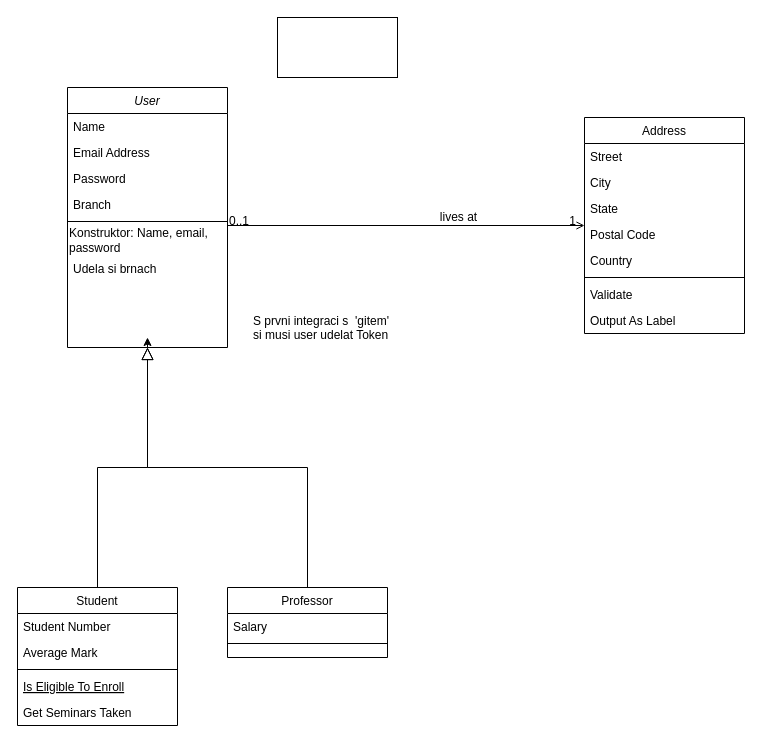
herianp/skolni-projekt keeps this draw.io diagram as Untitled Diagram.drawio. Above is the earlier version. Source tidied: cells renumbered, new cells numbered last; positions are measured from the earlier drawing's top-left corner, leaving out a move shared by most shapes. Both pictures are drawn from the tidied source at 100%, with x=0, y=0 at pixel (17, 17).
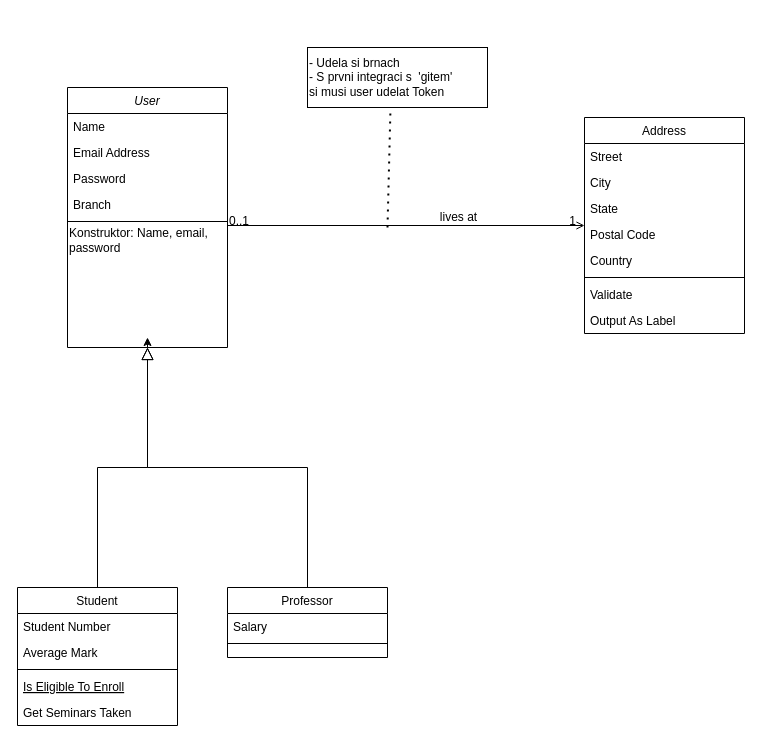
Above is the later version.

Unchanged cells that the change refers to:
```xml
<mxCell id="3" value="User" style="swimlane;fontStyle=2;align=center;verticalAlign=top;horizontal=1;startSize=26;rounded=0;shadow=0;strokeWidth=1;" parent="1" vertex="1">
  <mxGeometry x="50" y="70" width="160" height="260" as="geometry" />
</mxCell>
```

The edit, as a diff of the source:
```diff
@@
-    <mxCell id="10" value="Udela si brnach" style="text;align=left;verticalAlign=top;spacingLeft=4;spacingRight=4;overflow=hidden;rounded=0;shadow=0;html=0;" parent="3" vertex="1">
-      <mxGeometry y="168" width="160" height="26" as="geometry" />
-    </mxCell>
@@
-    <mxCell id="35" value="S prvni integraci s  'gitem'&#10;si musi user udelat Token" style="text;align=left;verticalAlign=top;spacingLeft=4;spacingRight=4;overflow=hidden;rounded=0;shadow=0;html=0;" parent="1" vertex="1">
-      <mxGeometry x="230" y="290" width="160" height="46" as="geometry" />
-    </mxCell>
-    <mxCell id="36" style="rounded=0;whiteSpace=wrap;html=1;" parent="1" vertex="1">
-      <mxGeometry x="260" width="120" height="60" as="geometry" />
+    <mxCell id="36" value="&lt;div style=&quot;text-align: justify&quot;&gt;&lt;span&gt;- Udela si brnach&lt;/span&gt;&lt;/div&gt;&lt;span&gt;&lt;div style=&quot;text-align: justify&quot;&gt;&lt;span&gt;- S prvni integraci s&amp;nbsp; 'gitem'&lt;/span&gt;&lt;/div&gt;&lt;/span&gt;&lt;span&gt;&lt;div style=&quot;text-align: justify&quot;&gt;&lt;span&gt;si musi user udelat Token&lt;/span&gt;&lt;/div&gt;&lt;/span&gt;" style="rounded=0;whiteSpace=wrap;html=1;align=left;" parent="1" vertex="1">
+      <mxGeometry x="290" y="30" width="180" height="60" as="geometry" />
     </mxCell>
+    <mxCell id="37" style="endArrow=none;dashed=1;html=1;dashPattern=1 3;strokeWidth=2;rounded=0;entryX=0.461;entryY=1.017;entryDx=0;entryDy=0;entryPerimeter=0;" parent="1" edge="1" target="36">
+      <mxGeometry relative="1" as="geometry">
+        <mxPoint x="370" y="210" as="sourcePoint" />
+      </mxGeometry>
+    </mxCell>
```
